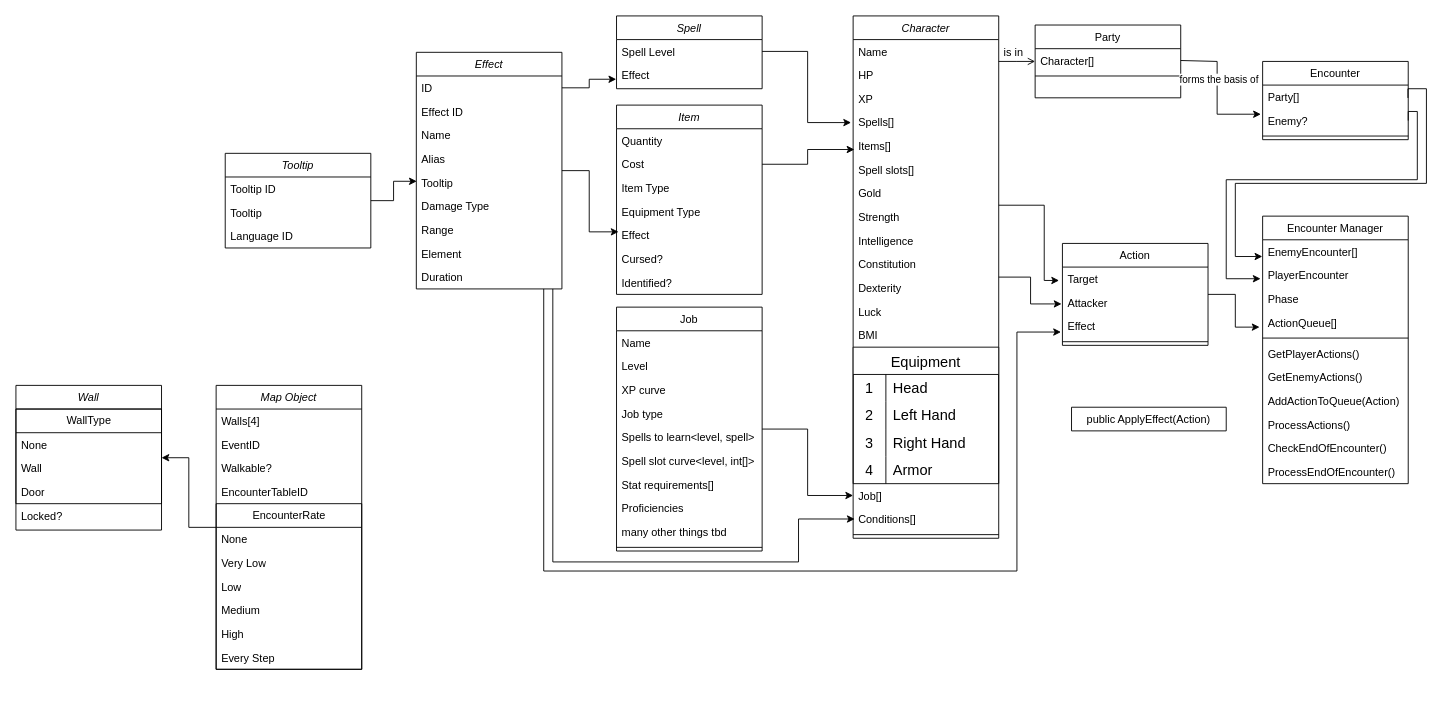
Earlier version of the draw.io diagram classes.drawio (Schir/rpg-backend). Source tidied: cells renumbered, new cells numbered last; positions are measured from the earlier drawing's top-left corner, leaving out a move shared by most shapes. Both pictures are drawn from the tidied source at 91%, with x=0, y=0 at pixel (15, 15).
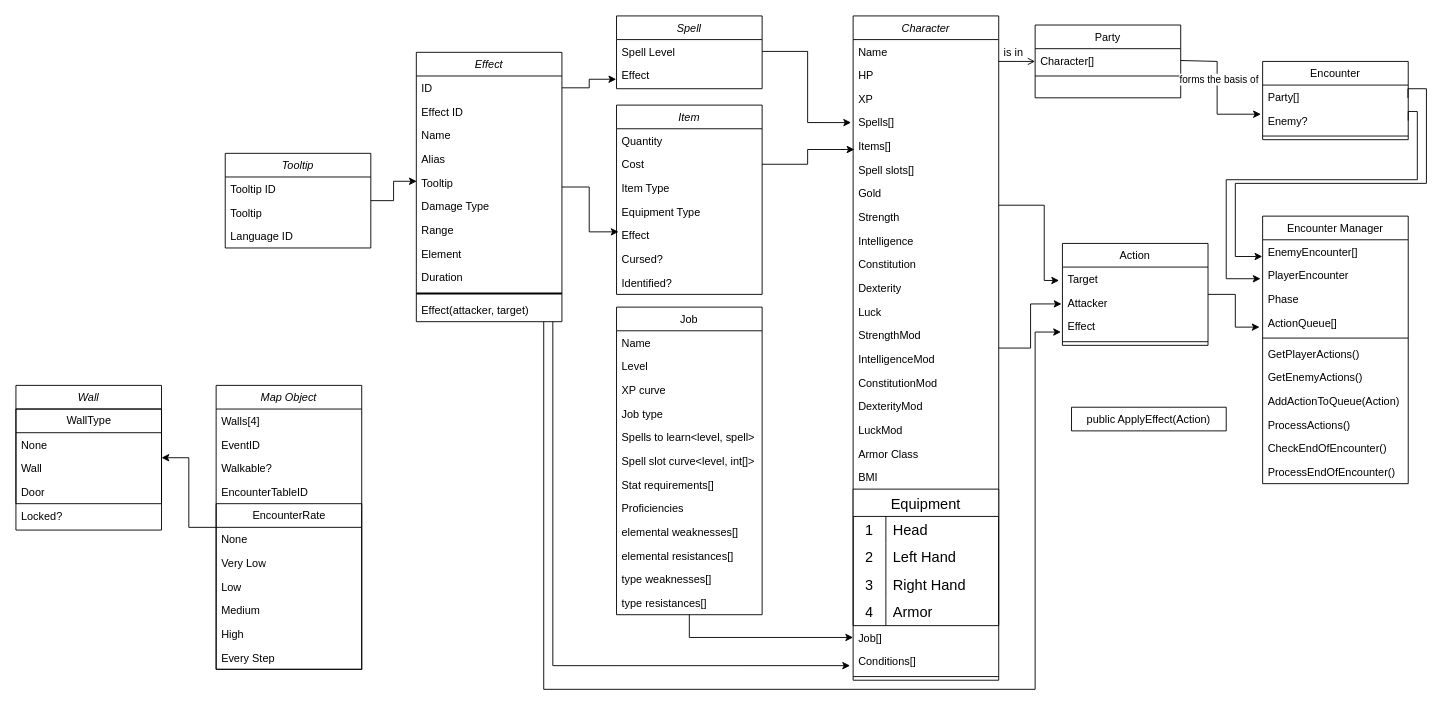
Above is the later version.

Unchanged cells that the change refers to:
```xml
<mxCell id="86" value="Effect" style="text;align=left;verticalAlign=top;spacingLeft=4;spacingRight=4;overflow=hidden;points=[[0,0.5],[1,0.5]];portConstraint=eastwest;" parent="83" vertex="1">
  <mxGeometry y="78" width="160" height="26" as="geometry" />
</mxCell>
```

Change to the diagram source:
```diff
@@
     <mxCell id="3" value="Character" style="swimlane;fontStyle=2;align=center;verticalAlign=top;horizontal=1;startSize=26;rounded=0;shadow=0;strokeWidth=1;" parent="1" vertex="1">
-      <mxGeometry x="920" width="160" height="574" as="geometry" />
+      <mxGeometry x="920" width="160" height="730" as="geometry" />
     </mxCell>
@@
+    <mxCell id="129" value="StrengthMod" style="text;align=left;verticalAlign=top;spacingLeft=4;spacingRight=4;overflow=hidden;rounded=0;shadow=0;html=0;" parent="3" vertex="1">
+      <mxGeometry y="338" width="160" height="26" as="geometry" />
+    </mxCell>
+    <mxCell id="130" value="IntelligenceMod" style="text;align=left;verticalAlign=top;spacingLeft=4;spacingRight=4;overflow=hidden;rounded=0;shadow=0;html=0;" parent="3" vertex="1">
+      <mxGeometry y="364" width="160" height="26" as="geometry" />
+    </mxCell>
+    <mxCell id="131" value="ConstitutionMod" style="text;align=left;verticalAlign=top;spacingLeft=4;spacingRight=4;overflow=hidden;rounded=0;shadow=0;html=0;" parent="3" vertex="1">
+      <mxGeometry y="390" width="160" height="26" as="geometry" />
+    </mxCell>
+    <mxCell id="132" value="DexterityMod" style="text;align=left;verticalAlign=top;spacingLeft=4;spacingRight=4;overflow=hidden;rounded=0;shadow=0;html=0;" parent="3" vertex="1">
+      <mxGeometry y="416" width="160" height="26" as="geometry" />
+    </mxCell>
+    <mxCell id="133" value="LuckMod" style="text;align=left;verticalAlign=top;spacingLeft=4;spacingRight=4;overflow=hidden;rounded=0;shadow=0;html=0;" parent="3" vertex="1">
+      <mxGeometry y="442" width="160" height="26" as="geometry" />
+    </mxCell>
+    <mxCell id="134" value="Armor Class" style="text;align=left;verticalAlign=top;spacingLeft=4;spacingRight=4;overflow=hidden;rounded=0;shadow=0;html=0;" parent="3" vertex="1">
+      <mxGeometry y="468" width="160" height="26" as="geometry" />
+    </mxCell>
     <mxCell id="16" value="BMI" style="text;align=left;verticalAlign=top;spacingLeft=4;spacingRight=4;overflow=hidden;rounded=0;shadow=0;html=0;" parent="3" vertex="1">
-      <mxGeometry y="338" width="160" height="26" as="geometry" />
+      <mxGeometry y="494" width="160" height="26" as="geometry" />
     </mxCell>
     <mxCell id="17" value="Equipment" style="shape=table;startSize=30;childLayout=tableLayout;rowLines=0;fontStyle=0;strokeColor=default;fontSize=16;" parent="3" vertex="1">
-      <mxGeometry y="364" width="160" height="150" as="geometry" />
+      <mxGeometry y="520" width="160" height="150" as="geometry" />
     </mxCell>
@@
     <mxCell id="30" value="Job[]" style="text;align=left;verticalAlign=top;spacingLeft=4;spacingRight=4;overflow=hidden;points=[[0,0.5],[1,0.5]];portConstraint=eastwest;rounded=0;shadow=0;html=0;" parent="3" vertex="1">
-      <mxGeometry y="514" width="160" height="26" as="geometry" />
+      <mxGeometry y="670" width="160" height="26" as="geometry" />
     </mxCell>
     <mxCell id="31" value="Conditions[]" style="text;align=left;verticalAlign=top;spacingLeft=4;spacingRight=4;overflow=hidden;points=[[0,0.5],[1,0.5]];portConstraint=eastwest;rounded=0;shadow=0;html=0;" parent="3" vertex="1">
-      <mxGeometry y="540" width="160" height="26" as="geometry" />
+      <mxGeometry y="696" width="160" height="26" as="geometry" />
     </mxCell>
     <mxCell id="32" style="line;html=1;strokeWidth=1;align=left;verticalAlign=middle;spacingTop=-1;spacingLeft=3;spacingRight=3;labelPosition=right;" parent="3" vertex="1">
-      <mxGeometry y="566" width="160" height="8" as="geometry" />
+      <mxGeometry y="722" width="160" height="8" as="geometry" />
     </mxCell>
@@
-    <mxCell id="59" style="edgeStyle=orthogonalEdgeStyle;rounded=0;jettySize=auto;html=1;entryX=0.011;entryY=0.494;entryDx=0;entryDy=0;entryPerimeter=0;" parent="1" edge="1" source="60" target="31">
+    <mxCell id="59" style="edgeStyle=orthogonalEdgeStyle;rounded=0;jettySize=auto;html=1;entryX=-0.021;entryY=0.691;entryDx=0;entryDy=0;entryPerimeter=0;" parent="1" edge="1" source="60" target="31">
       <mxGeometry relative="1" as="geometry">
         <Array as="points">
-          <mxPoint x="590" y="600" />
-          <mxPoint x="860" y="600" />
-          <mxPoint x="860" y="553" />
-          <mxPoint x="922" y="553" />
+          <mxPoint x="590" y="714" />
         </Array>
       </mxGeometry>
     </mxCell>
     <mxCell id="60" value="Effect" style="swimlane;fontStyle=2;align=center;verticalAlign=top;horizontal=1;startSize=26;rounded=0;shadow=0;strokeWidth=1;" parent="1" vertex="1">
-      <mxGeometry x="440" y="40" width="160" height="260" as="geometry" />
+      <mxGeometry x="440" y="40" width="160" height="296" as="geometry" />
     </mxCell>
@@
+    <mxCell id="135" style="line;strokeWidth=2;html=1;" parent="60" vertex="1">
+      <mxGeometry y="260" width="160" height="10" as="geometry" />
+    </mxCell>
+    <mxCell id="136" value="Effect(attacker, target)" style="text;align=left;verticalAlign=top;spacingLeft=4;spacingRight=4;overflow=hidden;rounded=0;shadow=0;html=0;" parent="60" vertex="1">
+      <mxGeometry y="270" width="160" height="26" as="geometry" />
+    </mxCell>
@@
     <mxCell id="89" value="Job" style="swimlane;fontStyle=0;align=center;verticalAlign=top;horizontal=1;startSize=26;rounded=0;shadow=0;strokeWidth=1;" parent="1" vertex="1">
-      <mxGeometry x="660" y="320" width="160" height="268" as="geometry" />
+      <mxGeometry x="660" y="320" width="160" height="338" as="geometry" />
     </mxCell>
@@
-    <mxCell id="98" value="many other things tbd" style="text;align=left;verticalAlign=top;spacingLeft=4;spacingRight=4;overflow=hidden;" parent="89" vertex="1">
+    <mxCell id="98" value="elemental weaknesses[]" style="text;align=left;verticalAlign=top;spacingLeft=4;spacingRight=4;overflow=hidden;" parent="89" vertex="1">
       <mxGeometry y="234" width="160" height="26" as="geometry" />
     </mxCell>
-    <mxCell id="99" style="line;html=1;strokeWidth=1;align=left;verticalAlign=middle;spacingTop=-1;spacingLeft=3;spacingRight=3;labelPosition=right;" parent="89" vertex="1">
-      <mxGeometry y="260" width="160" height="8" as="geometry" />
-    </mxCell>
+    <mxCell id="137" value="elemental resistances[]" style="text;align=left;verticalAlign=top;spacingLeft=4;spacingRight=4;overflow=hidden;" parent="89" vertex="1">
+      <mxGeometry y="260" width="160" height="26" as="geometry" />
+    </mxCell>
+    <mxCell id="138" value="type weaknesses[]" style="text;align=left;verticalAlign=top;spacingLeft=4;spacingRight=4;overflow=hidden;" parent="89" vertex="1">
+      <mxGeometry y="286" width="160" height="26" as="geometry" />
+    </mxCell>
+    <mxCell id="139" value="type resistances[]" style="text;align=left;verticalAlign=top;spacingLeft=4;spacingRight=4;overflow=hidden;" parent="89" vertex="1">
+      <mxGeometry y="312" width="160" height="26" as="geometry" />
+    </mxCell>
@@
     <mxCell id="107" style="edgeStyle=orthogonalEdgeStyle;rounded=0;jettySize=auto;html=1;entryX=-0.01;entryY=0.745;entryDx=0;entryDy=0;entryPerimeter=0;" parent="1" edge="1" source="60" target="86">
       <mxGeometry relative="1" as="geometry">
         <Array as="points">
-          <mxPoint x="580" y="610" />
-          <mxPoint x="1100" y="610" />
-          <mxPoint x="1100" y="347" />
+          <mxPoint x="580" y="740" />
+          <mxPoint x="1120" y="740" />
+          <mxPoint x="1120" y="347" />
         </Array>
       </mxGeometry>
     </mxCell>
```
